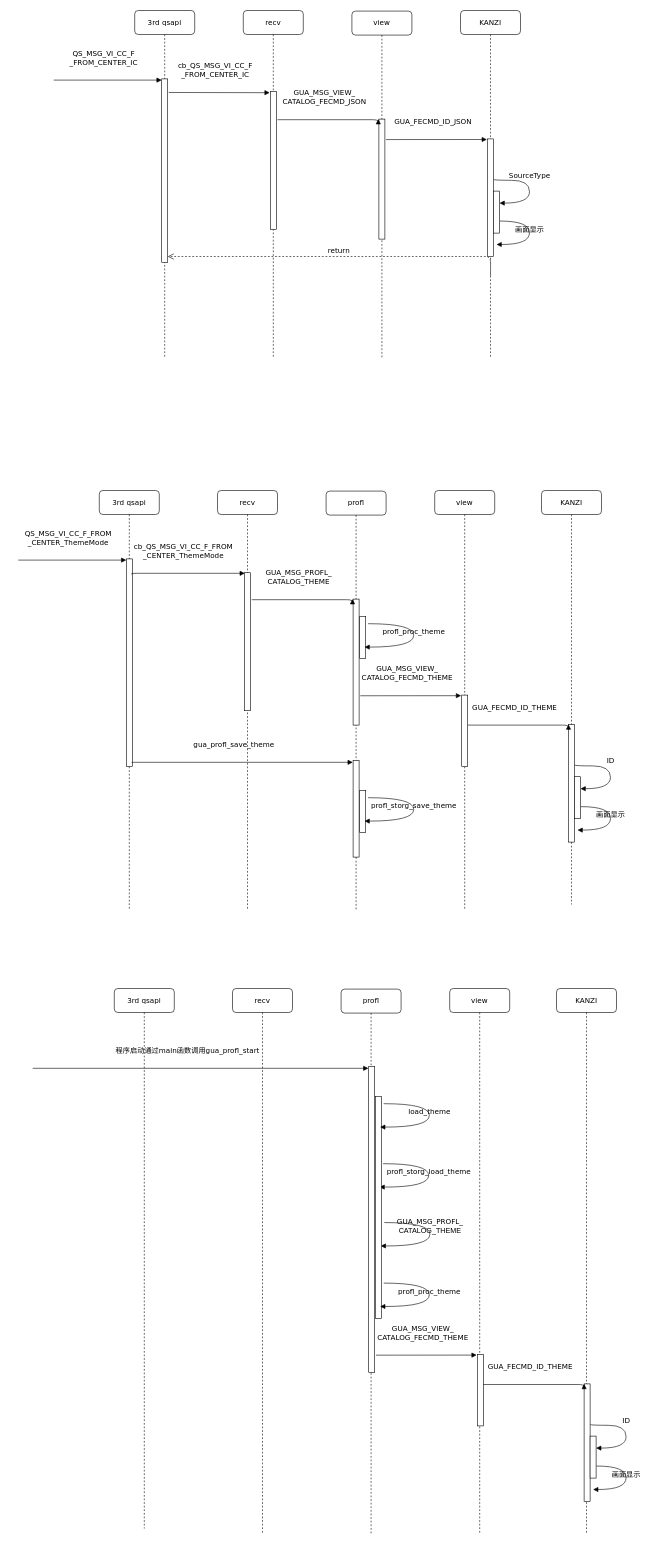
This is Json流程图.drawio from deminsight/bellwell60, a draw.io file, before an edit. Source tidied: cells renumbered, new cells numbered last; positions are measured from the earlier drawing's top-left corner, leaving out a move shared by most shapes. Both pictures are drawn from the tidied source at 60%, with x=0, y=0 at pixel (18, 10).
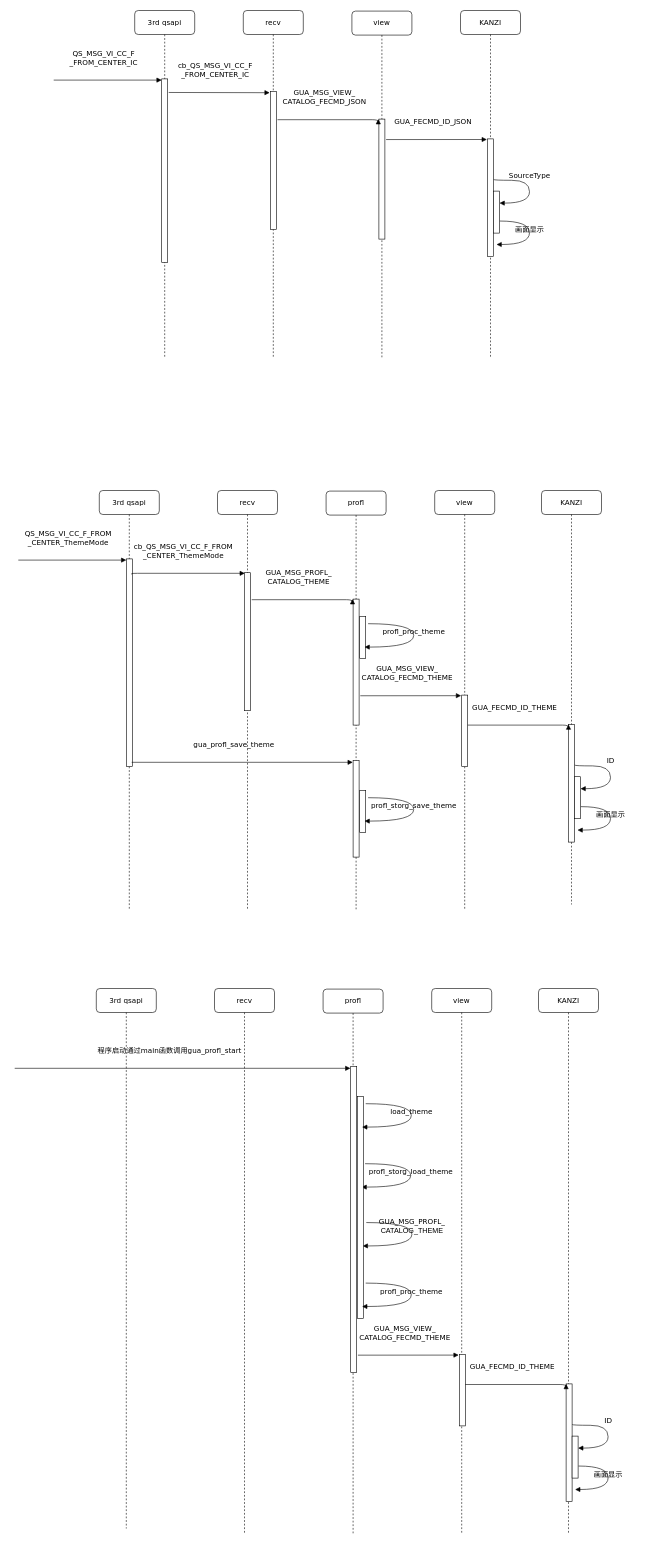
The same page after the edit.

Commit message (it also covers changes not shown here):
更新Json流程图.drawio

The change refers to these unchanged cells:
```xml
<mxCell id="6" value="KANZI" style="shape=umlLifeline;perimeter=lifelinePerimeter;whiteSpace=wrap;html=1;outlineConnect=0;rounded=1;shadow=0;comic=0;labelBackgroundColor=none;strokeWidth=1;fontFamily=Verdana;fontSize=12;align=center;" parent="1" vertex="1">
  <mxGeometry x="737" width="100" height="580" as="geometry" />
</mxCell>
<mxCell id="8" style="html=1;points=[];perimeter=orthogonalPerimeter;rounded=0;shadow=0;comic=0;labelBackgroundColor=none;strokeWidth=1;fontFamily=Verdana;fontSize=12;align=center;" parent="7" vertex="1">
  <mxGeometry x="45" y="114" width="10" height="306" as="geometry" />
</mxCell>
```

The edit, as a diff of the source:
```diff
@@
-    <mxCell id="11" value="return" style="html=1;verticalAlign=bottom;endArrow=open;dashed=1;endSize=8;labelBackgroundColor=none;fontFamily=Verdana;fontSize=12;edgeStyle=elbowEdgeStyle;elbow=vertical;exitX=0.502;exitY=0.762;exitDx=0;exitDy=0;exitPerimeter=0;" parent="1" edge="1" source="6" target="8">
-      <mxGeometry relative="1" as="geometry">
-        <Array as="points">
-          <mxPoint x="779" y="410" />
-        </Array>
-      </mxGeometry>
-    </mxCell>
@@
     <mxCell id="42" value="recv" style="shape=umlLifeline;perimeter=lifelinePerimeter;whiteSpace=wrap;html=1;rounded=1;shadow=0;comic=0;labelBackgroundColor=none;strokeWidth=1;fontFamily=Verdana;fontSize=12;align=center;" parent="1" vertex="1">
-      <mxGeometry x="357" y="1630" width="100" height="910" as="geometry" />
+      <mxGeometry x="327" y="1630" width="100" height="910" as="geometry" />
     </mxCell>
     <mxCell id="43" value="profl" style="shape=umlLifeline;perimeter=lifelinePerimeter;whiteSpace=wrap;html=1;rounded=1;shadow=0;comic=0;labelBackgroundColor=none;strokeWidth=1;fontFamily=Verdana;fontSize=12;align=center;" parent="1" vertex="1">
-      <mxGeometry x="538" y="1631" width="100" height="909" as="geometry" />
+      <mxGeometry x="508" y="1631" width="100" height="909" as="geometry" />
     </mxCell>
@@
     <mxCell id="46" value="view" style="shape=umlLifeline;perimeter=lifelinePerimeter;whiteSpace=wrap;html=1;rounded=1;shadow=0;comic=0;labelBackgroundColor=none;strokeWidth=1;fontFamily=Verdana;fontSize=12;align=center;" parent="1" vertex="1">
-      <mxGeometry x="719" y="1630" width="100" height="910" as="geometry" />
+      <mxGeometry x="689" y="1630" width="100" height="910" as="geometry" />
     </mxCell>
     <mxCell id="47" value="3rd qsapi" style="shape=umlLifeline;perimeter=lifelinePerimeter;whiteSpace=wrap;html=1;rounded=1;shadow=0;comic=0;labelBackgroundColor=none;strokeWidth=1;fontFamily=Verdana;fontSize=12;align=center;" parent="1" vertex="1">
-      <mxGeometry x="160" y="1630" width="100" height="900" as="geometry" />
+      <mxGeometry x="130" y="1630" width="100" height="900" as="geometry" />
     </mxCell>
     <mxCell id="48" value="KANZI" style="shape=umlLifeline;perimeter=lifelinePerimeter;whiteSpace=wrap;html=1;rounded=1;shadow=0;comic=0;labelBackgroundColor=none;strokeWidth=1;fontFamily=Verdana;fontSize=12;align=center;" parent="1" vertex="1">
-      <mxGeometry x="897" y="1630" width="100" height="910" as="geometry" />
+      <mxGeometry x="867" y="1630" width="100" height="910" as="geometry" />
     </mxCell>
     <mxCell id="49" style="html=1;perimeter=orthogonalPerimeter;rounded=0;shadow=0;comic=0;labelBackgroundColor=none;strokeWidth=1;fontFamily=Verdana;fontSize=12;align=center;" parent="1" vertex="1">
-      <mxGeometry x="584" y="1760" width="10" height="510" as="geometry" />
+      <mxGeometry x="554" y="1760" width="10" height="510" as="geometry" />
     </mxCell>
     <mxCell id="50" style="html=1;perimeter=orthogonalPerimeter;rounded=0;shadow=0;comic=0;labelBackgroundColor=none;strokeWidth=1;fontFamily=Verdana;fontSize=12;align=center;" parent="1" vertex="1">
-      <mxGeometry x="595" y="1810" width="10" height="370" as="geometry" />
+      <mxGeometry x="565" y="1810" width="10" height="370" as="geometry" />
     </mxCell>
     <mxCell id="51" value="load_theme" style="html=1;verticalAlign=bottom;endArrow=block;labelBackgroundColor=none;fontFamily=Verdana;fontSize=12;elbow=vertical;edgeStyle=orthogonalEdgeStyle;curved=1;exitX=1.066;exitY=0.713;exitPerimeter=0;" parent="1" edge="1">
       <mxGeometry relative="1" as="geometry">
-        <mxPoint x="609" y="1822" as="sourcePoint" />
-        <mxPoint x="603" y="1861" as="targetPoint" />
+        <mxPoint x="579" y="1822" as="sourcePoint" />
+        <mxPoint x="573" y="1861" as="targetPoint" />
         <Array as="points">
-          <mxPoint x="685" y="1822" />
-          <mxPoint x="685" y="1861" />
+          <mxPoint x="655" y="1822" />
+          <mxPoint x="655" y="1861" />
         </Array>
       </mxGeometry>
     </mxCell>
     <mxCell id="52" value="程序启动通过main函数调用gua_profl_start" style="html=1;verticalAlign=bottom;endArrow=block;labelBackgroundColor=none;fontFamily=Verdana;fontSize=12;edgeStyle=elbowEdgeStyle;elbow=vertical;" parent="1" edge="1">
       <mxGeometry x="-0.08" y="20" relative="1" as="geometry">
-        <mxPoint x="24" y="1763" as="sourcePoint" />
-        <mxPoint x="583.5" y="1763.3" as="targetPoint" />
+        <mxPoint x="-6" y="1763" as="sourcePoint" />
+        <mxPoint x="553.5" y="1763.3" as="targetPoint" />
       </mxGeometry>
     </mxCell>
     <mxCell id="53" style="html=1;perimeter=orthogonalPerimeter;rounded=0;shadow=0;comic=0;labelBackgroundColor=none;strokeWidth=1;fontFamily=Verdana;fontSize=12;align=center;" parent="1" vertex="1">
-      <mxGeometry x="765" y="2240" width="10" height="119" as="geometry" />
+      <mxGeometry x="735" y="2240" width="10" height="119" as="geometry" />
     </mxCell>
     <mxCell id="54" value="GUA_MSG_VIEW_&lt;br&gt;CATALOG_FECMD_THEME" style="html=1;verticalAlign=bottom;endArrow=block;labelBackgroundColor=none;fontFamily=Verdana;fontSize=12;edgeStyle=elbowEdgeStyle;elbow=vertical;exitX=1.171;exitY=0.074;exitDx=0;exitDy=0;exitPerimeter=0;" parent="1" edge="1">
       <mxGeometry x="-0.08" y="20" relative="1" as="geometry">
-        <mxPoint x="596" y="2241.1" as="sourcePoint" />
-        <mxPoint x="764" y="2240.1" as="targetPoint" />
+        <mxPoint x="566" y="2241.1" as="sourcePoint" />
+        <mxPoint x="734" y="2240.1" as="targetPoint" />
       </mxGeometry>
     </mxCell>
     <mxCell id="55" style="html=1;points=[];perimeter=orthogonalPerimeter;rounded=0;shadow=0;comic=0;labelBackgroundColor=none;strokeWidth=1;fontFamily=Verdana;fontSize=12;align=center;" parent="1" vertex="1">
-      <mxGeometry x="943" y="2289" width="10" height="196" as="geometry" />
+      <mxGeometry x="913" y="2289" width="10" height="196" as="geometry" />
     </mxCell>
     <mxCell id="56" style="html=1;points=[];perimeter=orthogonalPerimeter;rounded=0;shadow=0;comic=0;labelBackgroundColor=none;strokeWidth=1;fontFamily=Verdana;fontSize=12;align=center;" parent="1" vertex="1">
-      <mxGeometry x="953" y="2376" width="10" height="70" as="geometry" />
+      <mxGeometry x="923" y="2376" width="10" height="70" as="geometry" />
     </mxCell>
     <mxCell id="57" value="&lt;p class=&quot;MsoNormal&quot;&gt;ID&lt;/p&gt;" style="html=1;verticalAlign=bottom;endArrow=block;labelBackgroundColor=none;fontFamily=Verdana;fontSize=12;elbow=vertical;edgeStyle=orthogonalEdgeStyle;curved=1;entryX=1;entryY=0.286;entryPerimeter=0;exitX=1.038;exitY=0.345;exitPerimeter=0;" parent="1" edge="1" source="55" target="56">
       <mxGeometry relative="1" as="geometry">
         <Array as="points">
-          <mxPoint x="1013" y="2358" />
-          <mxPoint x="1013" y="2396" />
+          <mxPoint x="983" y="2358" />
+          <mxPoint x="983" y="2396" />
         </Array>
       </mxGeometry>
     </mxCell>
     <mxCell id="58" value="画面显示" style="html=1;verticalAlign=bottom;endArrow=block;labelBackgroundColor=none;fontFamily=Verdana;fontSize=12;elbow=vertical;edgeStyle=orthogonalEdgeStyle;curved=1;exitX=1.066;exitY=0.713;exitPerimeter=0;" parent="1" edge="1" source="56">
       <mxGeometry relative="1" as="geometry">
-        <mxPoint x="958" y="2465" as="targetPoint" />
+        <mxPoint x="928" y="2465" as="targetPoint" />
         <Array as="points">
-          <mxPoint x="1013" y="2426" />
-          <mxPoint x="1013" y="2465" />
+          <mxPoint x="983" y="2426" />
+          <mxPoint x="983" y="2465" />
         </Array>
       </mxGeometry>
     </mxCell>
     <mxCell id="59" value="GUA_FECMD_ID_THEME" style="html=1;verticalAlign=bottom;endArrow=block;labelBackgroundColor=none;fontFamily=Verdana;fontSize=12;edgeStyle=elbowEdgeStyle;elbow=vertical;exitX=1.171;exitY=0.074;exitDx=0;exitDy=0;exitPerimeter=0;" parent="1" edge="1">
       <mxGeometry x="-0.08" y="20" relative="1" as="geometry">
-        <mxPoint x="775" y="2290" as="sourcePoint" />
-        <mxPoint x="943" y="2289" as="targetPoint" />
+        <mxPoint x="745" y="2290" as="sourcePoint" />
+        <mxPoint x="913" y="2289" as="targetPoint" />
       </mxGeometry>
     </mxCell>
     <mxCell id="60" value="profl_proc_theme" style="html=1;verticalAlign=bottom;endArrow=block;labelBackgroundColor=none;fontFamily=Verdana;fontSize=12;elbow=vertical;edgeStyle=orthogonalEdgeStyle;curved=1;exitX=1.066;exitY=0.713;exitPerimeter=0;" parent="1" edge="1">
       <mxGeometry relative="1" as="geometry">
-        <mxPoint x="609" y="2121" as="sourcePoint" />
-        <mxPoint x="603" y="2160" as="targetPoint" />
+        <mxPoint x="579" y="2121" as="sourcePoint" />
+        <mxPoint x="573" y="2160" as="targetPoint" />
         <Array as="points">
-          <mxPoint x="685" y="2121" />
-          <mxPoint x="685" y="2160" />
+          <mxPoint x="655" y="2121" />
+          <mxPoint x="655" y="2160" />
         </Array>
       </mxGeometry>
     </mxCell>
```
